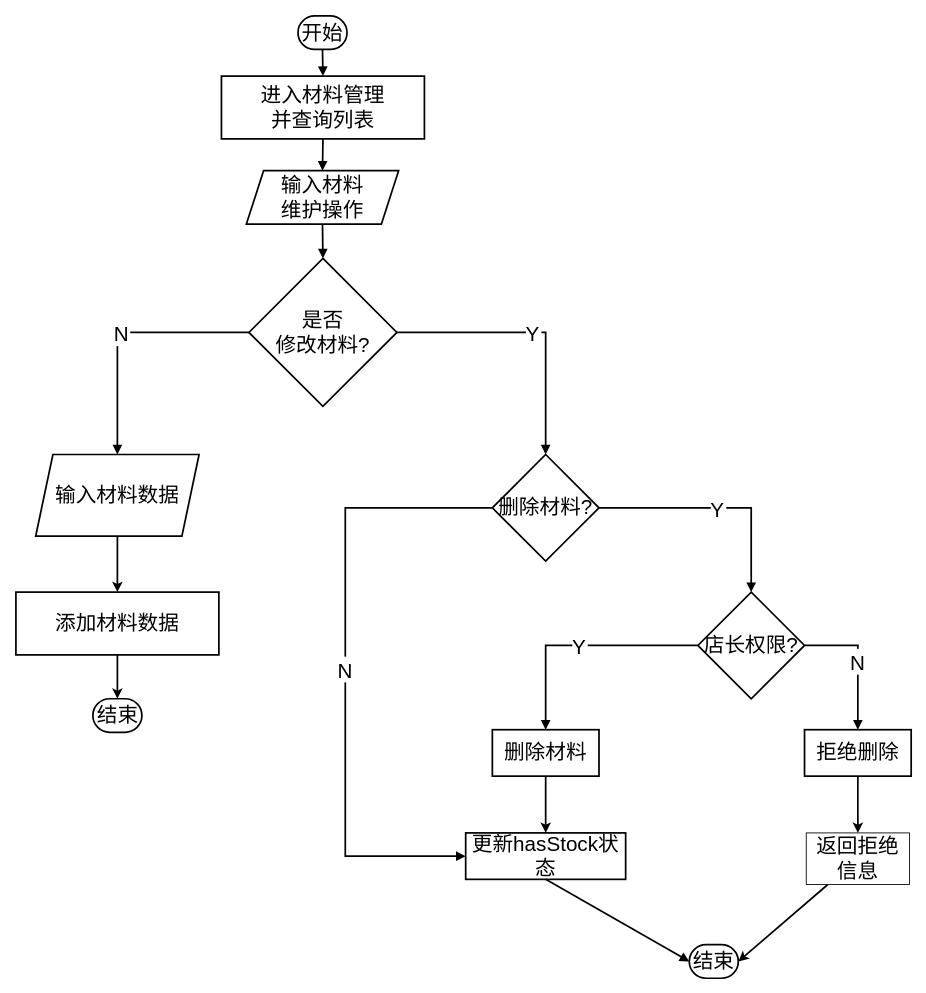
LichCarlos/darwIo keeps this draw.io diagram as 材料信息管理功能流程图.drawio. Above is the earlier version. Source tidied: cells renumbered, new cells numbered last; positions are measured from the earlier drawing's top-left corner, leaving out a move shared by most shapes. Both pictures are drawn from the tidied source at 86%, with x=0, y=0 at pixel (15, 15).
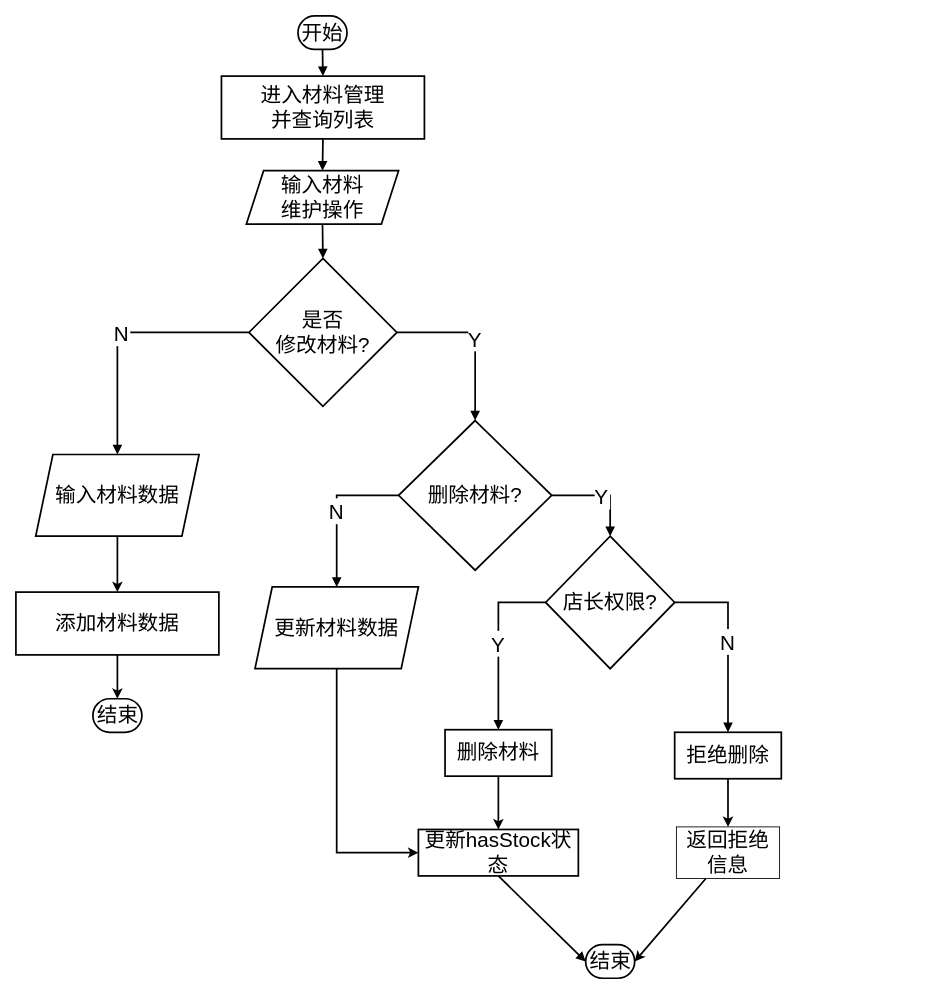
Above is the later version.

Commit message:
更新材料信息管理功能流程图.drawio

What changed in the source:
```diff
@@
     <mxCell id="9" value="删除材料?" style="rhombus;strokeWidth=2;whiteSpace=wrap;fontSize=24;" parent="1" vertex="1">
-      <mxGeometry x="554" y="510" width="124" height="124" as="geometry" />
+      <mxGeometry x="445" y="470.5" width="178" height="174" as="geometry" />
     </mxCell>
     <mxCell id="10" value="店长权限?" style="rhombus;strokeWidth=2;whiteSpace=wrap;fontSize=24;" parent="1" vertex="1">
-      <mxGeometry x="793" y="670" width="124" height="124" as="geometry" />
+      <mxGeometry x="616" y="605" width="150" height="154" as="geometry" />
     </mxCell>
@@
     <mxCell id="12" value="删除材料" style="whiteSpace=wrap;strokeWidth=2;fontSize=24;" parent="1" vertex="1">
-      <mxGeometry x="554" y="830" width="124" height="54" as="geometry" />
+      <mxGeometry x="499" y="830" width="124" height="54" as="geometry" />
     </mxCell>
@@
     <mxCell id="14" value="拒绝删除" style="whiteSpace=wrap;strokeWidth=2;fontSize=24;" parent="1" vertex="1">
-      <mxGeometry x="917" y="830" width="124" height="54" as="geometry" />
+      <mxGeometry x="766" y="833" width="124" height="54" as="geometry" />
     </mxCell>
     <mxCell id="15" value="更新hasStock状态" style="whiteSpace=wrap;strokeWidth=2;fontSize=24;" parent="1" vertex="1">
-      <mxGeometry x="523" y="950" width="186" height="54" as="geometry" />
+      <mxGeometry x="468" y="946" width="186" height="54" as="geometry" />
     </mxCell>
@@
-    <mxCell id="24" value="N" style="startArrow=none;endArrow=block;strokeWidth=2;exitX=0;exitY=0.5;rounded=0;fontSize=24;exitDx=0;exitDy=0;edgeStyle=orthogonalEdgeStyle;entryX=0;entryY=0.5;entryDx=0;entryDy=0;" parent="1" edge="1" source="9" target="15">
+    <mxCell id="24" value="N" style="startArrow=none;endArrow=block;strokeWidth=2;exitX=0;exitY=0.5;rounded=0;fontSize=24;exitDx=0;exitDy=0;edgeStyle=orthogonalEdgeStyle;entryX=0.5;entryY=0;entryDx=0;entryDy=0;" parent="1" edge="1" source="9" target="36">
       <mxGeometry relative="1" as="geometry">
         <Array as="points">
-          <mxPoint x="383" y="572" />
-          <mxPoint x="383" y="977" />
+          <mxPoint x="373" y="558" />
         </Array>
       </mxGeometry>
     </mxCell>
@@
     <mxCell id="29" value="&lt;span style=&quot;font-size: 24px;&quot;&gt;返回拒绝信息&lt;/span&gt;" style="rounded=0;whiteSpace=wrap;html=1;" parent="1" vertex="1">
-      <mxGeometry x="919" y="950" width="120" height="60" as="geometry" />
+      <mxGeometry x="768" y="943" width="120" height="60" as="geometry" />
     </mxCell>
@@
     <mxCell id="31" value="结束" style="rounded=1;whiteSpace=wrap;arcSize=50;strokeWidth=2;fontSize=24;" parent="1" vertex="1">
-      <mxGeometry x="783" y="1080" width="57" height="39" as="geometry" />
+      <mxGeometry x="662.5" y="1080" width="57" height="39" as="geometry" />
     </mxCell>
@@
+    <mxCell id="35" style="edgeStyle=orthogonalEdgeStyle;rounded=0;jettySize=auto;html=1;entryX=0;entryY=0.5;entryDx=0;entryDy=0;strokeWidth=2;" parent="1" edge="1" source="36" target="15">
+      <mxGeometry relative="1" as="geometry" />
+    </mxCell>
+    <mxCell id="36" value="&lt;span style=&quot;font-size: 24px;&quot;&gt;更新材料数据&lt;/span&gt;" style="shape=parallelogram;perimeter=parallelogramPerimeter;whiteSpace=wrap;html=1;fixedSize=1;strokeWidth=2;" parent="1" vertex="1">
+      <mxGeometry x="278" y="664" width="190" height="95" as="geometry" />
+    </mxCell>
```
